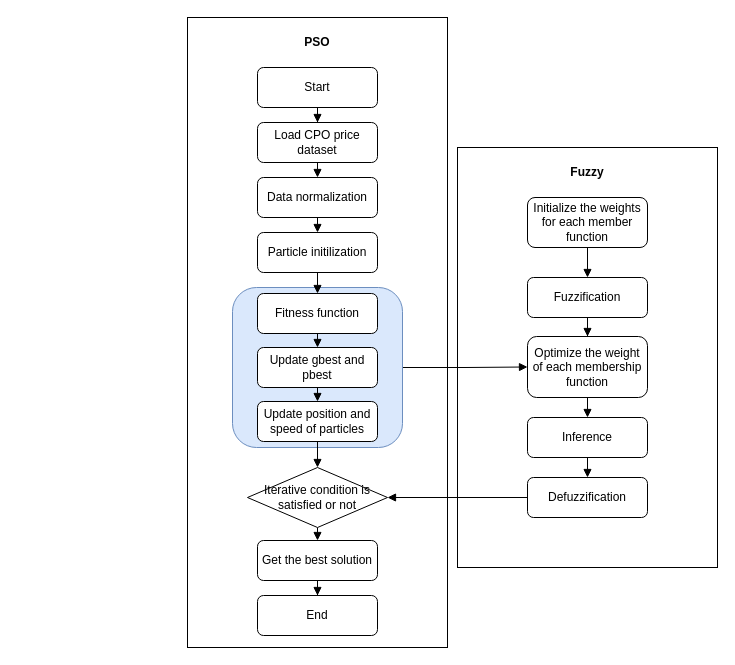
Before: Flow chart algorithm fuzzy pso.drawio in ariesharry/Diagrams, a draw.io diagram. Source tidied: cells renumbered, new cells numbered last; positions are measured from the earlier drawing's top-left corner, leaving out a move shared by most shapes. Both pictures are drawn from the tidied source at 100%, with x=0, y=0 at pixel (187, 17).
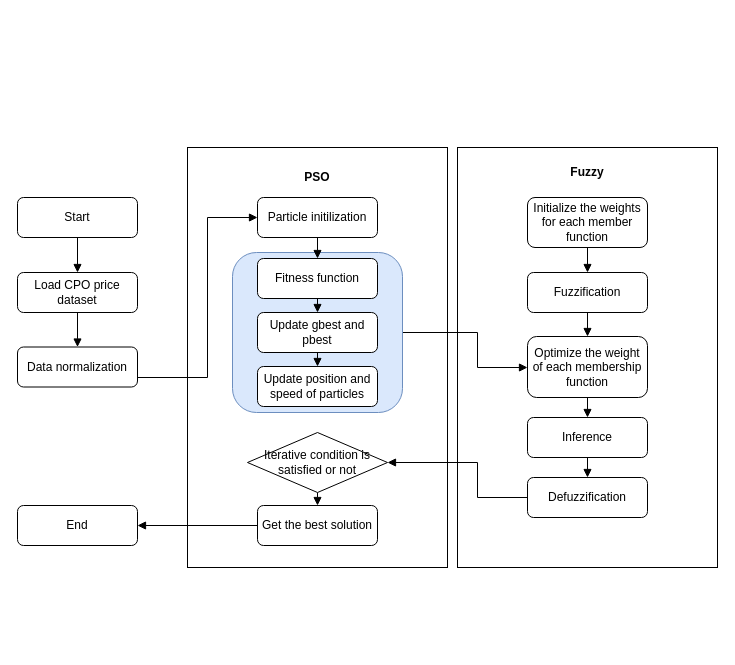
The same page after the edit.

Unchanged cells that the change refers to:
```xml
<mxCell id="31" value="Defuzzification" style="rounded=1;whiteSpace=wrap;html=1;" parent="1" vertex="1">
  <mxGeometry x="340" y="460" width="120" height="40" as="geometry" />
</mxCell>
<mxCell id="38" value="Optimize the weight of each membership function" style="rounded=1;whiteSpace=wrap;html=1;" parent="1" vertex="1">
  <mxGeometry x="340" y="319" width="120" height="61" as="geometry" />
</mxCell>
```

Change to the diagram source:
```diff
@@
     <mxCell id="3" style="rounded=0;whiteSpace=wrap;html=1;" parent="1" vertex="1">
-      <mxGeometry width="260" height="630" as="geometry" />
+      <mxGeometry y="130" width="260" height="420" as="geometry" />
     </mxCell>
     <mxCell id="4" style="edgeStyle=orthogonalEdgeStyle;rounded=0;jettySize=auto;html=1;exitX=1;exitY=0.5;exitDx=0;exitDy=0;endArrow=block;endFill=1;" parent="1" edge="1" source="5" target="38">
-      <mxGeometry relative="1" as="geometry" />
+      <mxGeometry relative="1" as="geometry">
+        <Array as="points">
+          <mxPoint x="290" y="315" />
+          <mxPoint x="290" y="350" />
+        </Array>
+      </mxGeometry>
     </mxCell>
     <mxCell id="5" style="rounded=1;whiteSpace=wrap;html=1;fillColor=#dae8fc;strokeColor=#6c8ebf;" parent="1" vertex="1">
-      <mxGeometry x="45" y="270" width="170" height="160" as="geometry" />
+      <mxGeometry x="45" y="235" width="170" height="160" as="geometry" />
     </mxCell>
@@
     <mxCell id="7" value="Start" style="rounded=1;whiteSpace=wrap;html=1;" parent="1" vertex="1">
-      <mxGeometry x="70" y="50" width="120" height="40" as="geometry" />
+      <mxGeometry x="-170" y="180" width="120" height="40" as="geometry" />
     </mxCell>
     <mxCell id="8" value="PSO" style="text;html=1;strokeColor=none;fillColor=none;align=center;verticalAlign=middle;whiteSpace=wrap;rounded=0;fontStyle=1;" parent="1" vertex="1">
-      <mxGeometry x="100" y="10" width="60" height="30" as="geometry" />
+      <mxGeometry x="100" y="145" width="60" height="30" as="geometry" />
     </mxCell>
@@
     <mxCell id="10" value="Particle initilization" style="rounded=1;whiteSpace=wrap;html=1;" parent="1" vertex="1">
-      <mxGeometry x="70" y="215" width="120" height="40" as="geometry" />
+      <mxGeometry x="70" y="180" width="120" height="40" as="geometry" />
     </mxCell>
@@
     <mxCell id="12" value="Fitness function" style="rounded=1;whiteSpace=wrap;html=1;" parent="1" vertex="1">
-      <mxGeometry x="70" y="276" width="120" height="40" as="geometry" />
+      <mxGeometry x="70" y="241" width="120" height="40" as="geometry" />
     </mxCell>
@@
     <mxCell id="14" value="Update gbest and pbest" style="rounded=1;whiteSpace=wrap;html=1;" parent="1" vertex="1">
-      <mxGeometry x="70" y="330" width="120" height="40" as="geometry" />
+      <mxGeometry x="70" y="295" width="120" height="40" as="geometry" />
     </mxCell>
-    <mxCell id="15" style="edgeStyle=orthogonalEdgeStyle;rounded=0;jettySize=auto;html=1;exitX=0.5;exitY=1;exitDx=0;exitDy=0;endArrow=block;endFill=1;" parent="1" edge="1" source="16" target="18">
-      <mxGeometry relative="1" as="geometry" />
-    </mxCell>
     <mxCell id="16" value="Update position and speed of particles" style="rounded=1;whiteSpace=wrap;html=1;" parent="1" vertex="1">
-      <mxGeometry x="70" y="384" width="120" height="40" as="geometry" />
+      <mxGeometry x="70" y="349" width="120" height="40" as="geometry" />
     </mxCell>
@@
     <mxCell id="18" value="Iterative condition is satisfied or not" style="rhombus;whiteSpace=wrap;html=1;" parent="1" vertex="1">
-      <mxGeometry x="60" y="450" width="140" height="60" as="geometry" />
+      <mxGeometry x="60" y="415" width="140" height="60" as="geometry" />
     </mxCell>
-    <mxCell id="19" style="edgeStyle=orthogonalEdgeStyle;rounded=0;jettySize=auto;html=1;exitX=0.5;exitY=1;exitDx=0;exitDy=0;endArrow=block;endFill=1;" parent="1" edge="1" source="20" target="21">
+    <mxCell id="19" style="edgeStyle=orthogonalEdgeStyle;rounded=0;jettySize=auto;html=1;exitX=0;exitY=0.5;exitDx=0;exitDy=0;endArrow=block;endFill=1;" parent="1" edge="1" source="20" target="21">
       <mxGeometry relative="1" as="geometry" />
     </mxCell>
     <mxCell id="20" value="Get the best solution" style="rounded=1;whiteSpace=wrap;html=1;" parent="1" vertex="1">
-      <mxGeometry x="70" y="523" width="120" height="40" as="geometry" />
+      <mxGeometry x="70" y="488" width="120" height="40" as="geometry" />
     </mxCell>
     <mxCell id="21" value="End" style="rounded=1;whiteSpace=wrap;html=1;" parent="1" vertex="1">
-      <mxGeometry x="70" y="578" width="120" height="40" as="geometry" />
+      <mxGeometry x="-170" y="488" width="120" height="40" as="geometry" />
     </mxCell>
@@
     <mxCell id="27" value="Fuzzification" style="rounded=1;whiteSpace=wrap;html=1;" parent="1" vertex="1">
-      <mxGeometry x="340" y="260" width="120" height="40" as="geometry" />
+      <mxGeometry x="340" y="255" width="120" height="40" as="geometry" />
     </mxCell>
@@
     <mxCell id="30" style="edgeStyle=orthogonalEdgeStyle;rounded=0;jettySize=auto;html=1;exitX=0;exitY=0.5;exitDx=0;exitDy=0;entryX=1;entryY=0.5;entryDx=0;entryDy=0;endArrow=block;endFill=1;" parent="1" edge="1" source="31" target="18">
-      <mxGeometry relative="1" as="geometry" />
+      <mxGeometry relative="1" as="geometry">
+        <Array as="points">
+          <mxPoint x="290" y="480" />
+          <mxPoint x="290" y="445" />
+        </Array>
+      </mxGeometry>
     </mxCell>
@@
-    <mxCell id="33" style="edgeStyle=orthogonalEdgeStyle;rounded=0;jettySize=auto;html=1;exitX=0.5;exitY=1;exitDx=0;exitDy=0;entryX=0.5;entryY=0;entryDx=0;entryDy=0;endArrow=block;endFill=1;" parent="1" edge="1" source="34" target="10">
-      <mxGeometry relative="1" as="geometry" />
+    <mxCell id="33" style="edgeStyle=orthogonalEdgeStyle;rounded=0;jettySize=auto;html=1;exitX=1;exitY=0.5;exitDx=0;exitDy=0;entryX=0;entryY=0.5;entryDx=0;entryDy=0;endArrow=block;endFill=1;" parent="1" edge="1" source="34" target="10">
+      <mxGeometry relative="1" as="geometry">
+        <Array as="points">
+          <mxPoint x="20" y="360" />
+          <mxPoint x="20" y="200" />
+        </Array>
+      </mxGeometry>
     </mxCell>
     <mxCell id="34" value="Data normalization" style="rounded=1;whiteSpace=wrap;html=1;" parent="1" vertex="1">
-      <mxGeometry x="70" y="160" width="120" height="40" as="geometry" />
+      <mxGeometry x="-170" y="329.5" width="120" height="40" as="geometry" />
     </mxCell>
@@
     <mxCell id="36" value="Load CPO price dataset" style="rounded=1;whiteSpace=wrap;html=1;" parent="1" vertex="1">
-      <mxGeometry x="70" y="105" width="120" height="40" as="geometry" />
+      <mxGeometry x="-170" y="255" width="120" height="40" as="geometry" />
     </mxCell>
```
